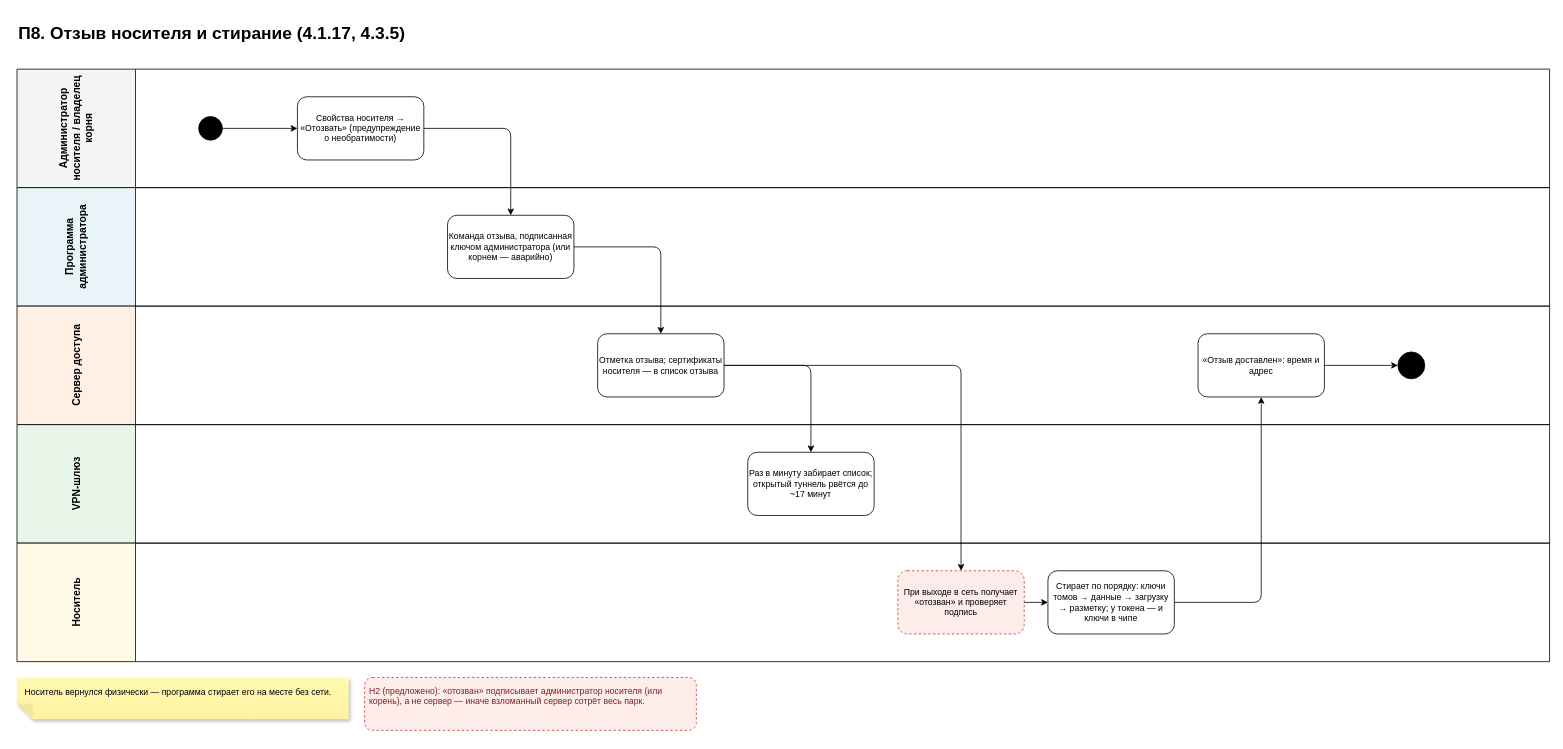
PureshkaM/portable-os-admin keeps this draw.io diagram as page "П8 Отзыв" (12 of 17) of docs/SOLUTION.drawio. Above is the earlier version. Source tidied: cells renumbered, new cells numbered last; positions are measured from the earlier drawing's top-left corner, leaving out a move shared by most shapes. Both pictures are drawn from the tidied source at 79%, with x=0, y=0 at pixel (17, 13).
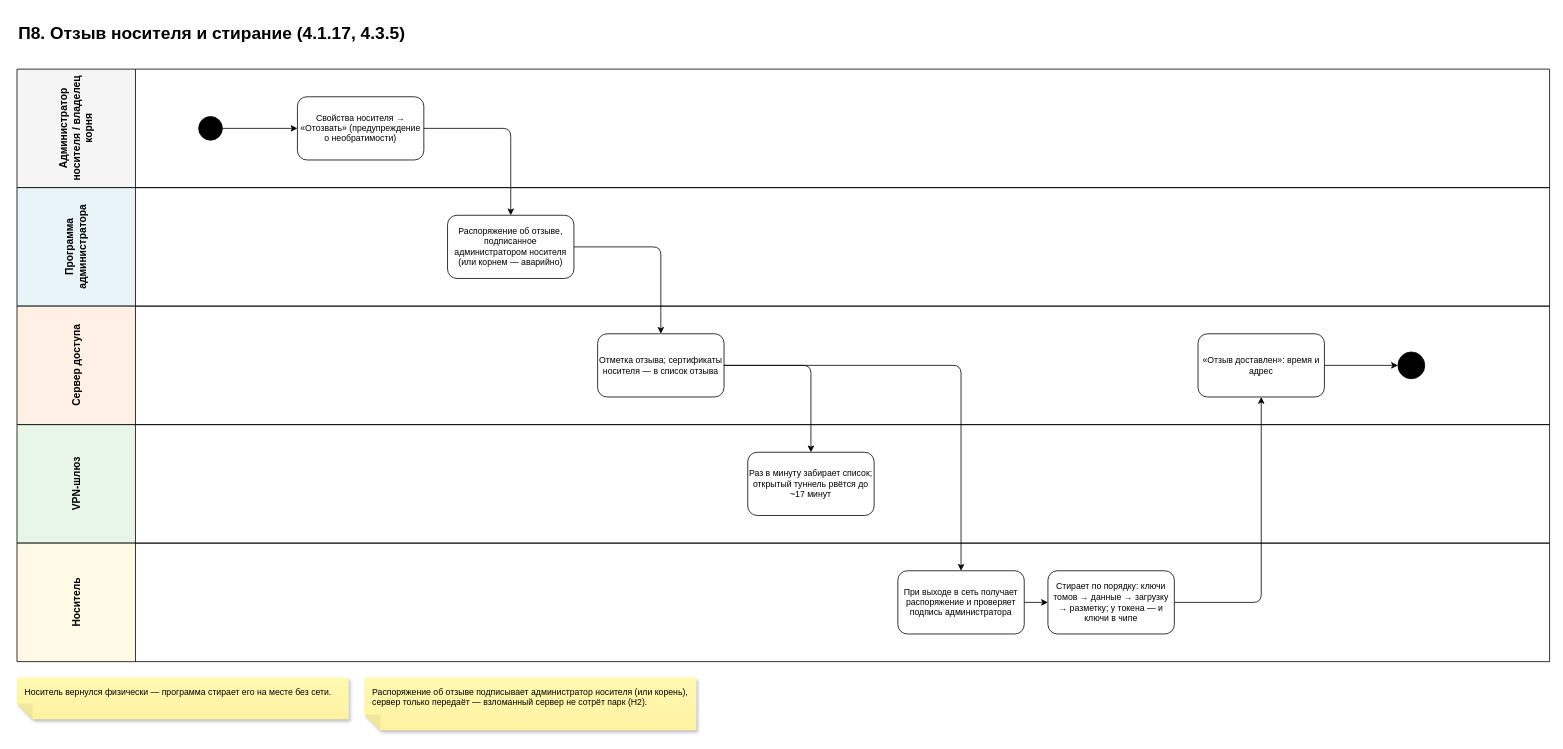
The same diagram, later.

Unchanged cells that the change refers to:
```xml
<mxCell id="4" value="Программа администратора" style="swimlane;horizontal=0;startSize=150;fillColor=#E8F4F8;html=1;fontSize=13;fontStyle=1;whiteSpace=wrap;" parent="1" vertex="1">
  <mxGeometry y="220" width="1940" height="150" as="geometry" />
</mxCell>
<mxCell id="7" value="Носитель" style="swimlane;horizontal=0;startSize=150;fillColor=#FFF9E6;html=1;fontSize=13;fontStyle=1;whiteSpace=wrap;" parent="1" vertex="1">
  <mxGeometry y="670" width="1940" height="150" as="geometry" />
</mxCell>
```

Change to the diagram source:
```diff
@@
-    <mxCell id="10" value="Команда отзыва, подписанная ключом администратора (или корнем — аварийно)" style="rounded=1;whiteSpace=wrap;html=1;fontSize=11;" parent="4" vertex="1">
+    <mxCell id="10" value="Распоряжение об отзыве, подписанное администратором носителя (или корнем — аварийно)" style="rounded=1;whiteSpace=wrap;html=1;fontSize=11;" parent="4" vertex="1">
       <mxGeometry x="545" y="35" width="160" height="80" as="geometry" />
     </mxCell>
@@
-    <mxCell id="13" value="При выходе в сеть получает «отозван» и проверяет подпись" style="rounded=1;whiteSpace=wrap;html=1;fontSize=11;strokeColor=#C0392B;dashed=1;fillColor=#FDECEA;" parent="7" vertex="1">
+    <mxCell id="13" value="При выходе в сеть получает распоряжение и проверяет подпись администратора" style="rounded=1;whiteSpace=wrap;html=1;fontSize=11;" parent="7" vertex="1">
       <mxGeometry x="1115" y="35" width="160" height="80" as="geometry" />
     </mxCell>
@@
-    <mxCell id="26" value="Н2 (предложено): «отозван» подписывает администратор носителя (или корень), а не сервер — иначе взломанный сервер сотрёт весь парк." style="rounded=1;whiteSpace=wrap;html=1;align=left;verticalAlign=top;spacing=6;fontSize=11;fillColor=#FDECEA;strokeColor=#C0392B;dashed=1;fontColor=#7B241C;" parent="1" vertex="1">
+    <mxCell id="26" value="Распоряжение об отзыве подписывает администратор носителя (или корень), сервер только передаёт — взломанный сервер не сотрёт парк (Н2)." style="shape=note;whiteSpace=wrap;html=1;backgroundOutline=1;fontColor=#000000;darkOpacity=0.05;fillColor=#FFF9B2;strokeColor=none;fillStyle=solid;direction=west;gradientDirection=north;gradientColor=#FFF2A1;shadow=1;size=20;align=left;verticalAlign=top;spacingLeft=8;spacingRight=8;spacingTop=6;fontSize=11;" parent="1" vertex="1">
       <mxGeometry x="440" y="840" width="420" height="67" as="geometry" />
     </mxCell>
```
